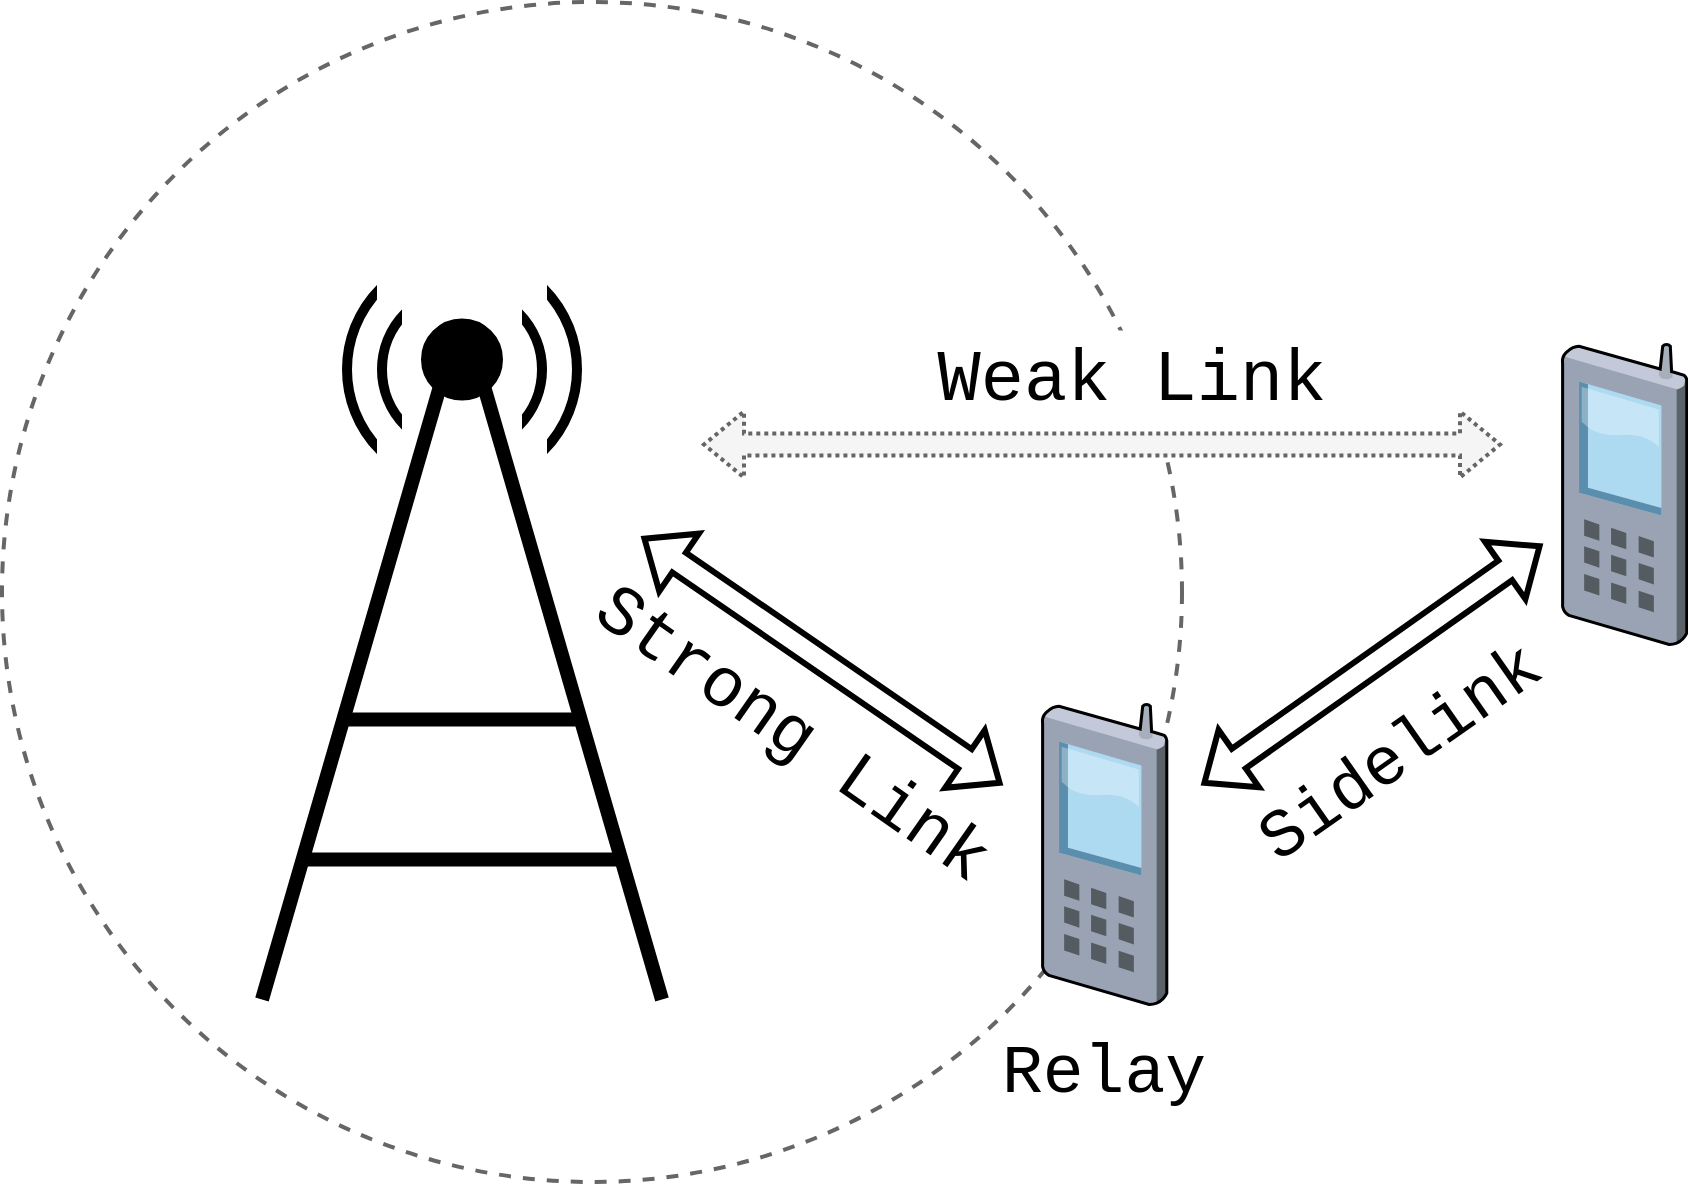
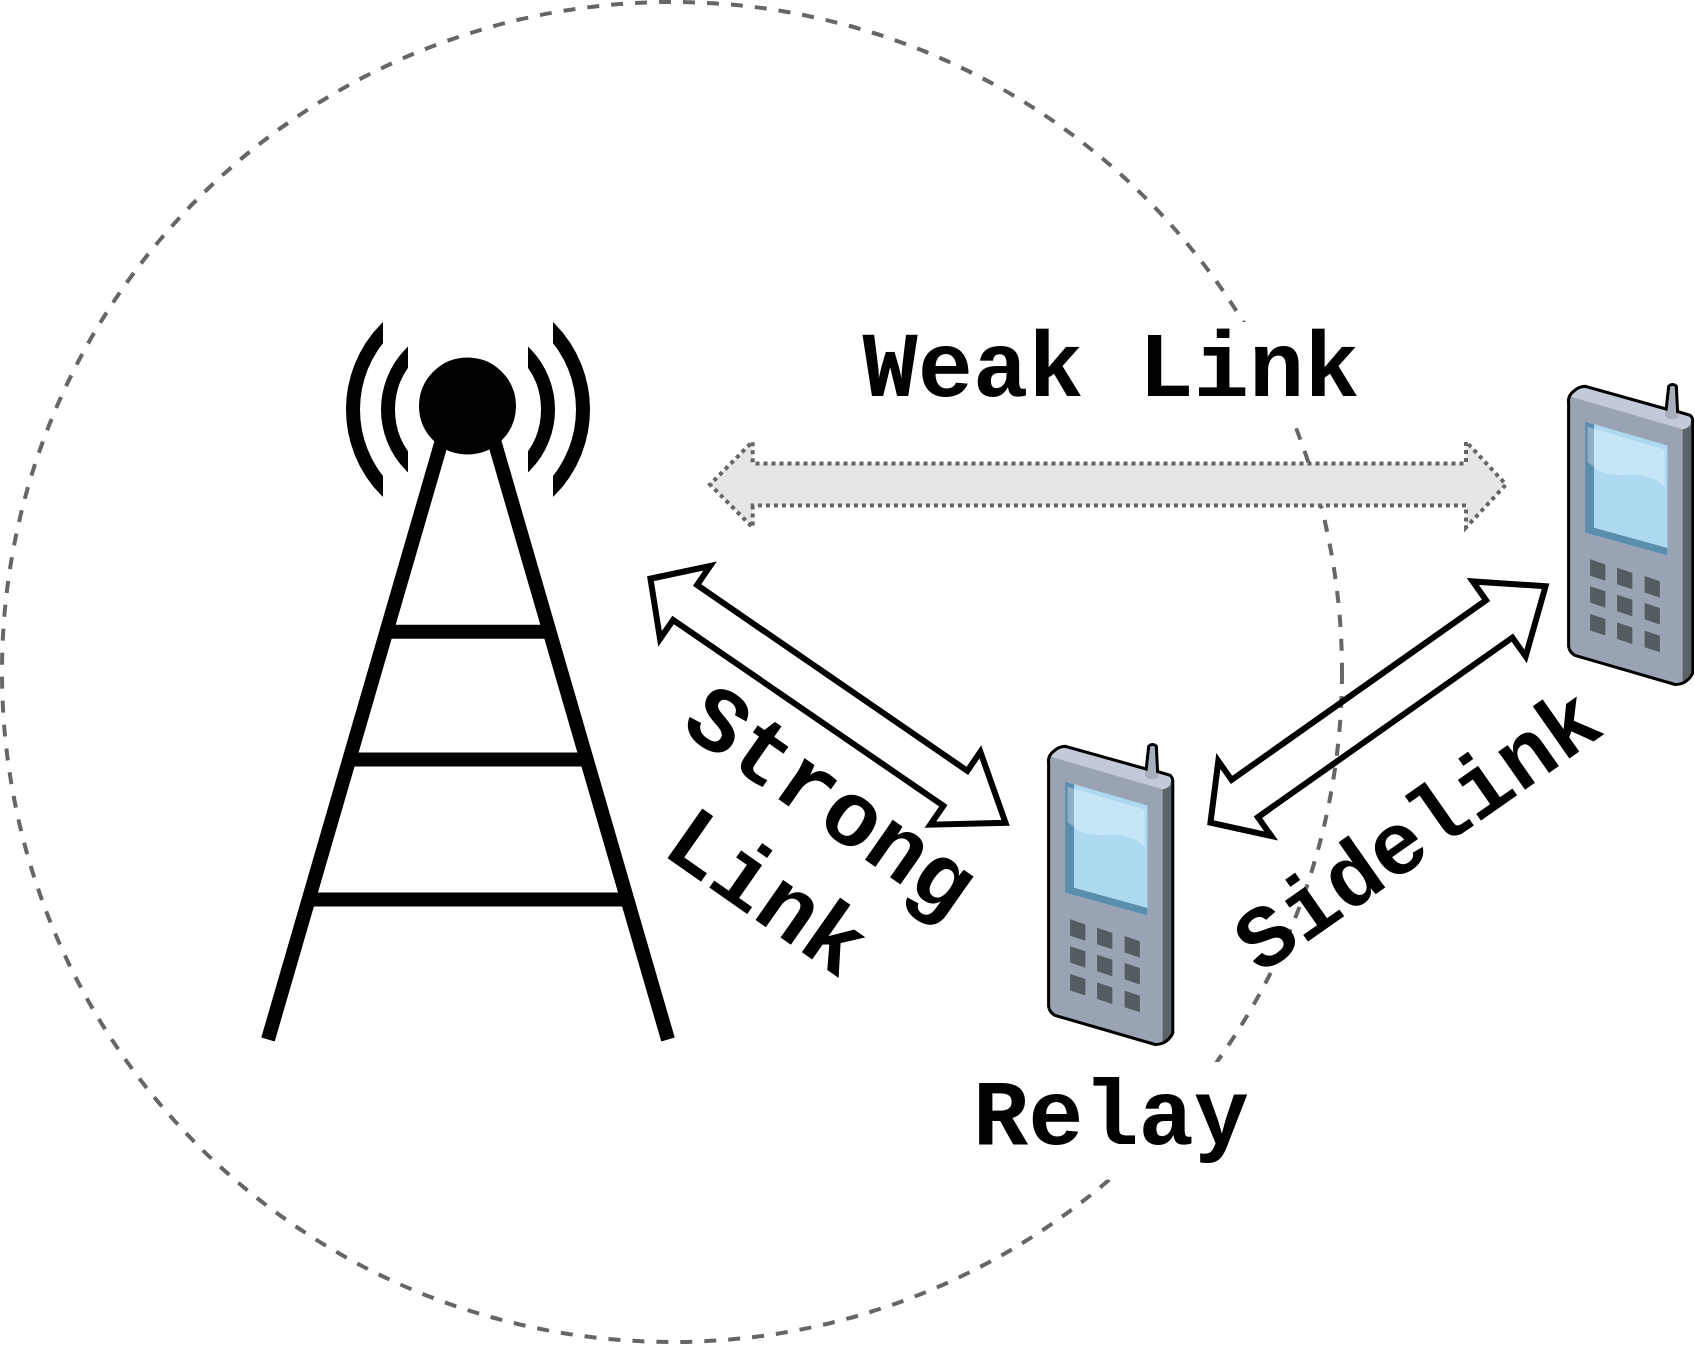
<mxfile host="app.diagrams.net" agent="Mozilla/5.0 (X11; Linux x86_64) AppleWebKit/537.36 (KHTML, like Gecko) Chrome/134.0.0.0 Safari/537.36" version="26.1.1">
  <diagram name="Page-1" id="-uwalU-gOkYBw5ut_4Op">
-     <mxGraphModel dx="1954" dy="1077" grid="1" gridSize="10" guides="1" tooltips="1" connect="1" arrows="1" fold="1" page="1" pageScale="1" pageWidth="850" pageHeight="1100" math="0" shadow="0">
+     <mxGraphModel dx="1710" dy="943" grid="1" gridSize="10" guides="1" tooltips="1" connect="1" arrows="1" fold="1" page="1" pageScale="1" pageWidth="850" pageHeight="1100" math="0" shadow="0">
      <root>
        <mxCell id="0" />
        <mxCell id="1" parent="0" />
        <mxCell id="tKKFt0F89F9XqecX8rig-29" value="" style="ellipse;whiteSpace=wrap;html=1;aspect=fixed;fillColor=none;dashed=1;strokeWidth=2;fontColor=#333333;strokeColor=#666666;" parent="1" vertex="1">
-           <mxGeometry x="4" y="80" width="590" height="590" as="geometry" />
+           <mxGeometry x="1" y="60" width="670" height="670" as="geometry" />
        </mxCell>
        <mxCell id="tKKFt0F89F9XqecX8rig-32" value="" style="group" parent="1" vertex="1" connectable="0">
          <mxGeometry x="134" y="171.25" width="200" height="407.5" as="geometry" />
        </mxCell>
-         <mxCell id="tKKFt0F89F9XqecX8rig-21" value="" style="ellipse;whiteSpace=wrap;html=1;aspect=fixed;fillColor=none;strokeWidth=5;" parent="tKKFt0F89F9XqecX8rig-32" vertex="1">
+         <mxCell id="tKKFt0F89F9XqecX8rig-21" value="" style="ellipse;whiteSpace=wrap;html=1;aspect=fixed;fillColor=none;strokeWidth=7;" parent="tKKFt0F89F9XqecX8rig-32" vertex="1">
          <mxGeometry x="42.5" y="35" width="115" height="115" as="geometry" />
        </mxCell>
        <mxCell id="tKKFt0F89F9XqecX8rig-26" value="" style="rounded=0;whiteSpace=wrap;html=1;strokeColor=none;" parent="tKKFt0F89F9XqecX8rig-32" vertex="1">
          <mxGeometry x="57.5" width="85" height="185" as="geometry" />
        </mxCell>
-         <mxCell id="tKKFt0F89F9XqecX8rig-19" value="" style="ellipse;whiteSpace=wrap;html=1;aspect=fixed;fillColor=none;strokeWidth=5;" parent="tKKFt0F89F9XqecX8rig-32" vertex="1">
+         <mxCell id="tKKFt0F89F9XqecX8rig-19" value="" style="ellipse;whiteSpace=wrap;html=1;aspect=fixed;fillColor=none;strokeWidth=7;" parent="tKKFt0F89F9XqecX8rig-32" vertex="1">
          <mxGeometry x="60" y="52.5" width="80" height="80" as="geometry" />
        </mxCell>
        <mxCell id="tKKFt0F89F9XqecX8rig-20" value="" style="rounded=0;whiteSpace=wrap;html=1;strokeColor=none;" parent="tKKFt0F89F9XqecX8rig-32" vertex="1">
          <mxGeometry x="70" y="12.5" width="60" height="150" as="geometry" />
        </mxCell>
        <mxCell id="tKKFt0F89F9XqecX8rig-16" value="" style="endArrow=none;html=1;rounded=0;strokeWidth=7;" parent="tKKFt0F89F9XqecX8rig-32" edge="1">
          <mxGeometry width="50" height="50" relative="1" as="geometry">
            <mxPoint x="40" y="267.5" as="sourcePoint" />
            <mxPoint x="160" y="267.5" as="targetPoint" />
          </mxGeometry>
        </mxCell>
        <mxCell id="tKKFt0F89F9XqecX8rig-18" value="" style="endArrow=none;html=1;rounded=0;strokeWidth=7;" parent="tKKFt0F89F9XqecX8rig-32" edge="1">
          <mxGeometry width="50" height="50" relative="1" as="geometry">
            <mxPoint x="20" y="337.5" as="sourcePoint" />
            <mxPoint x="180" y="337.5" as="targetPoint" />
          </mxGeometry>
        </mxCell>
        <mxCell id="tKKFt0F89F9XqecX8rig-17" value="" style="ellipse;whiteSpace=wrap;html=1;aspect=fixed;fillColor=#000000;" parent="tKKFt0F89F9XqecX8rig-32" vertex="1">
-           <mxGeometry x="80" y="67.5" width="40" height="40" as="geometry" />
+           <mxGeometry x="76" y="67" width="47.5" height="47.5" as="geometry" />
        </mxCell>
        <mxCell id="tKKFt0F89F9XqecX8rig-15" value="" style="endArrow=none;html=1;rounded=0;strokeWidth=7;" parent="tKKFt0F89F9XqecX8rig-32" edge="1">
          <mxGeometry width="50" height="50" relative="1" as="geometry">
            <mxPoint x="200" y="407.5" as="sourcePoint" />
            <mxPoint x="110" y="97.5" as="targetPoint" />
          </mxGeometry>
        </mxCell>
        <mxCell id="tKKFt0F89F9XqecX8rig-14" value="" style="endArrow=none;html=1;rounded=0;strokeWidth=7;" parent="tKKFt0F89F9XqecX8rig-32" edge="1">
          <mxGeometry width="50" height="50" relative="1" as="geometry">
            <mxPoint y="407.5" as="sourcePoint" />
            <mxPoint x="90" y="97.5" as="targetPoint" />
          </mxGeometry>
        </mxCell>
-         <mxCell id="tKKFt0F89F9XqecX8rig-33" value="" style="endArrow=classic;startArrow=classic;html=1;rounded=0;strokeWidth=3;shape=flexArrow;" parent="1" edge="1">
+         <mxCell id="G0OVxf6xK6Z2rDVyG2OC-1" value="" style="endArrow=none;html=1;rounded=0;strokeWidth=7;" edge="1" parent="tKKFt0F89F9XqecX8rig-32">
+           <mxGeometry width="50" height="50" relative="1" as="geometry">
+             <mxPoint x="60" y="203.58" as="sourcePoint" />
+             <mxPoint x="140" y="203.58" as="targetPoint" />
+           </mxGeometry>
+         </mxCell>
+         <mxCell id="tKKFt0F89F9XqecX8rig-33" value="" style="endArrow=classic;startArrow=classic;html=1;rounded=0;strokeWidth=3;shape=flexArrow;width=19.166666666666668;endSize=9.145833333333334;" parent="1" edge="1">
          <mxGeometry width="50" height="50" relative="1" as="geometry">
            <mxPoint x="324" y="347.5" as="sourcePoint" />
            <mxPoint x="504" y="471.25" as="targetPoint" />
          </mxGeometry>
        </mxCell>
-         <mxCell id="tKKFt0F89F9XqecX8rig-34" value="" style="endArrow=classic;startArrow=classic;html=1;rounded=0;strokeWidth=3;shape=flexArrow;" parent="1" edge="1">
+         <mxCell id="tKKFt0F89F9XqecX8rig-34" value="" style="endArrow=classic;startArrow=classic;html=1;rounded=0;strokeWidth=3;shape=flexArrow;width=20.833333333333336;endSize=8.454166666666667;" parent="1" edge="1">
          <mxGeometry width="50" height="50" relative="1" as="geometry">
            <mxPoint x="604" y="471.25" as="sourcePoint" />
            <mxPoint x="774" y="351.25" as="targetPoint" />
          </mxGeometry>
        </mxCell>
-         <mxCell id="tKKFt0F89F9XqecX8rig-36" value="" style="endArrow=classic;startArrow=classic;html=1;rounded=0;strokeWidth=2;shape=flexArrow;dashed=1;dashPattern=1 1;fillColor=#f5f5f5;strokeColor=#666666;" parent="1" edge="1">
+         <mxCell id="tKKFt0F89F9XqecX8rig-36" value="" style="endArrow=classic;startArrow=classic;html=1;rounded=0;strokeWidth=2;shape=flexArrow;dashed=1;dashPattern=1 1;fillColor=#E6E6E6;strokeColor=#666666;width=20;startSize=6.445833333333334;" parent="1" edge="1">
          <mxGeometry width="50" height="50" relative="1" as="geometry">
            <mxPoint x="354" y="301.25" as="sourcePoint" />
            <mxPoint x="754" y="301.25" as="targetPoint" />
          </mxGeometry>
        </mxCell>
-         <mxCell id="tKKFt0F89F9XqecX8rig-39" value="&lt;font style=&quot;font-size: 36px;&quot;&gt;Weak Link&lt;/font&gt;" style="text;html=1;align=center;verticalAlign=middle;whiteSpace=wrap;rounded=0;fillColor=default;fontFamily=Courier New;" parent="1" vertex="1">
-           <mxGeometry x="459" y="244.25" width="220" height="50" as="geometry" />
+         <mxCell id="tKKFt0F89F9XqecX8rig-39" value="&lt;font style=&quot;font-size: 46px;&quot;&gt;&lt;b style=&quot;&quot;&gt;Weak Link&lt;/b&gt;&lt;/font&gt;" style="text;html=1;align=center;verticalAlign=middle;whiteSpace=wrap;rounded=0;fillColor=default;fontFamily=Courier New;" parent="1" vertex="1">
+           <mxGeometry x="389.75" y="220" width="331" height="50" as="geometry" />
        </mxCell>
-         <mxCell id="tKKFt0F89F9XqecX8rig-40" value="&lt;font style=&quot;font-size: 35px;&quot;&gt;Strong Link&lt;/font&gt;" style="text;html=1;align=center;verticalAlign=middle;whiteSpace=wrap;rounded=0;rotation=35;fontFamily=Courier New;" parent="1" vertex="1">
-           <mxGeometry x="274" y="431.25" width="250" height="30" as="geometry" />
+         <mxCell id="tKKFt0F89F9XqecX8rig-40" value="&lt;font style=&quot;font-size: 46px;&quot;&gt;&lt;b style=&quot;&quot;&gt;Strong Link&lt;/b&gt;&lt;/font&gt;" style="text;html=1;align=center;verticalAlign=middle;whiteSpace=wrap;rounded=0;rotation=35;fontFamily=Courier New;" parent="1" vertex="1">
+           <mxGeometry x="257.68" y="468.61" width="279.64" height="31.25" as="geometry" />
        </mxCell>
-         <mxCell id="tKKFt0F89F9XqecX8rig-41" value="&lt;font style=&quot;font-size: 34px;&quot;&gt;Sidelink&lt;/font&gt;" style="text;html=1;align=center;verticalAlign=middle;whiteSpace=wrap;rounded=0;rotation=-35;fontFamily=Courier New;" parent="1" vertex="1">
-           <mxGeometry x="604" y="441.25" width="200" height="30" as="geometry" />
+         <mxCell id="tKKFt0F89F9XqecX8rig-41" value="&lt;font style=&quot;font-size: 44px;&quot;&gt;&lt;b style=&quot;&quot;&gt;Sidelink&lt;/b&gt;&lt;/font&gt;" style="text;html=1;align=center;verticalAlign=middle;whiteSpace=wrap;rounded=0;rotation=-35;fontFamily=Courier New;" parent="1" vertex="1">
+           <mxGeometry x="610" y="461.25" width="200" height="30" as="geometry" />
        </mxCell>
        <mxCell id="tKKFt0F89F9XqecX8rig-44" value="" style="verticalLabelPosition=bottom;sketch=0;aspect=fixed;html=1;verticalAlign=top;strokeColor=none;align=center;outlineConnect=0;shape=mxgraph.citrix.cell_phone;" parent="1" vertex="1">
          <mxGeometry x="524" y="431.25" width="62.5" height="150" as="geometry" />
        </mxCell>
        <mxCell id="tKKFt0F89F9XqecX8rig-45" value="" style="verticalLabelPosition=bottom;sketch=0;aspect=fixed;html=1;verticalAlign=top;strokeColor=none;align=center;outlineConnect=0;shape=mxgraph.citrix.cell_phone;" parent="1" vertex="1">
          <mxGeometry x="784" y="251.25" width="62.5" height="150" as="geometry" />
        </mxCell>
-         <mxCell id="tKKFt0F89F9XqecX8rig-46" value="&lt;font style=&quot;font-size: 34px;&quot; face=&quot;Courier New&quot;&gt;Relay&lt;/font&gt;" style="text;html=1;align=center;verticalAlign=middle;whiteSpace=wrap;rounded=0;" parent="1" vertex="1">
-           <mxGeometry x="525.25" y="601.25" width="60" height="30" as="geometry" />
+         <mxCell id="tKKFt0F89F9XqecX8rig-46" value="&lt;font style=&quot;font-size: 46px;&quot; face=&quot;Courier New&quot;&gt;&lt;b style=&quot;&quot;&gt;Relay&lt;/b&gt;&lt;/font&gt;" style="text;html=1;align=center;verticalAlign=middle;whiteSpace=wrap;rounded=0;fillColor=default;" parent="1" vertex="1">
+           <mxGeometry x="472.87" y="590" width="164.75" height="58.75" as="geometry" />
        </mxCell>
      </root>
    </mxGraphModel>
  </diagram>
</mxfile>
